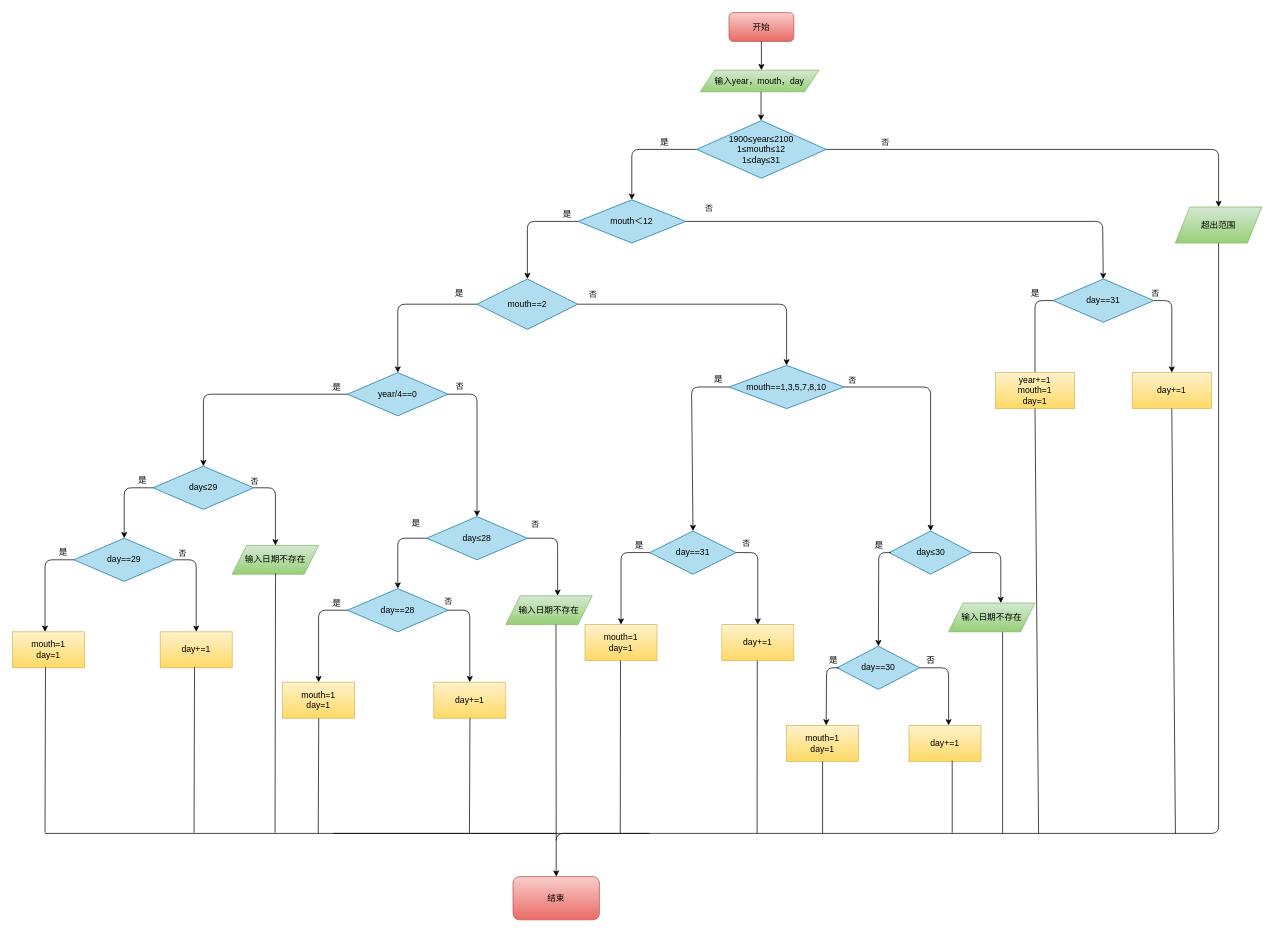
YUQILove/RepoOne keeps this draw.io diagram as HelloGit/src/main/resources/Untitled Diagram.drawio. Above is the earlier version. Source tidied: cells renumbered, new cells numbered last; positions are measured from the earlier drawing's top-left corner, leaving out a move shared by most shapes. Both pictures are drawn from the tidied source at 72%, with x=0, y=0 at pixel (12, 12).
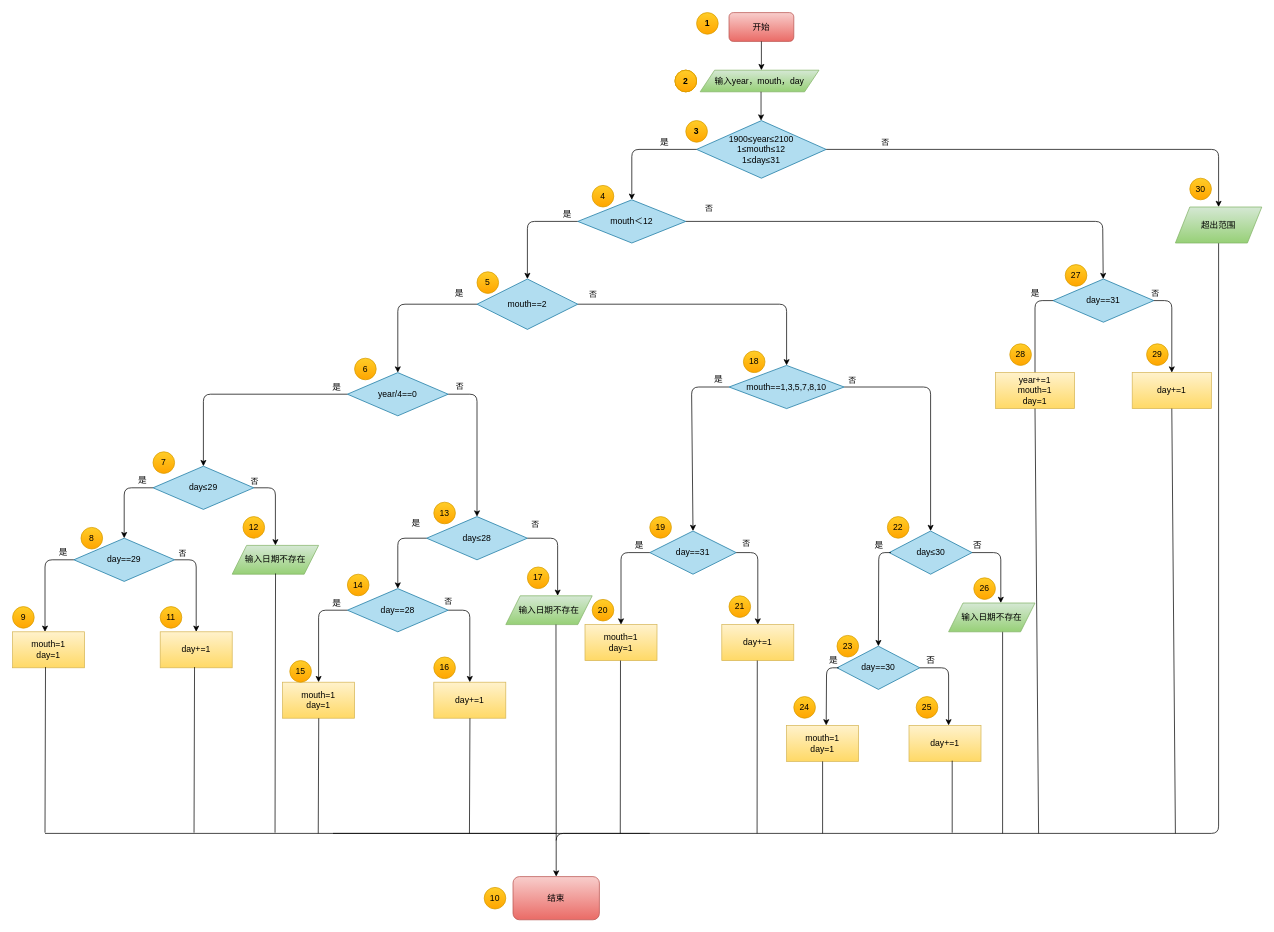
Above is the later version.

Diff of the diagram source:
```diff
@@
+    <mxCell id="101" style="ellipse;whiteSpace=wrap;html=1;fillColor=#ffcd28;strokeColor=#d79b00;gradientColor=#ffa500;" parent="1" vertex="1">
+      <mxGeometry x="920" y="80" width="30" height="30" as="geometry" />
+    </mxCell>
+    <mxCell id="102" value="否" style="text;html=1;align=center;verticalAlign=middle;strokeColor=none;" parent="1" vertex="1">
+      <mxGeometry x="1325" y="730" width="30" height="20" as="geometry" />
+    </mxCell>
+    <mxCell id="103" style="ellipse;whiteSpace=wrap;html=1;fillColor=#ffcd28;strokeColor=#d79b00;gradientColor=#ffa500;" parent="1" vertex="1">
+      <mxGeometry x="920" y="80" width="30" height="30" as="geometry" />
+    </mxCell>
+    <mxCell id="104" value="&lt;b&gt;2&lt;/b&gt;" style="ellipse;whiteSpace=wrap;html=1;fillColor=#ffcd28;strokeColor=#d79b00;gradientColor=#ffa500;" parent="1" vertex="1">
+      <mxGeometry x="920" y="80" width="30" height="30" as="geometry" />
+    </mxCell>
+    <mxCell id="105" value="5" style="ellipse;whiteSpace=wrap;html=1;fillColor=#ffcd28;strokeColor=#d79b00;gradientColor=#ffa500;" parent="1" vertex="1">
+      <mxGeometry x="645" y="360" width="30" height="30" as="geometry" />
+    </mxCell>
+    <mxCell id="106" value="4" style="ellipse;whiteSpace=wrap;html=1;fillColor=#ffcd28;strokeColor=#d79b00;gradientColor=#ffa500;" parent="1" vertex="1">
+      <mxGeometry x="805" y="240" width="30" height="30" as="geometry" />
+    </mxCell>
+    <mxCell id="107" value="&lt;b&gt;3&lt;/b&gt;" style="ellipse;whiteSpace=wrap;html=1;fillColor=#ffcd28;strokeColor=#d79b00;gradientColor=#ffa500;" parent="1" vertex="1">
+      <mxGeometry x="935" y="150" width="30" height="30" as="geometry" />
+    </mxCell>
+    <mxCell id="108" value="7" style="ellipse;whiteSpace=wrap;html=1;fillColor=#ffcd28;strokeColor=#d79b00;gradientColor=#ffa500;" parent="1" vertex="1">
+      <mxGeometry x="195" y="610" width="30" height="30" as="geometry" />
+    </mxCell>
+    <mxCell id="109" value="6" style="ellipse;whiteSpace=wrap;html=1;fillColor=#ffcd28;strokeColor=#d79b00;gradientColor=#ffa500;" parent="1" vertex="1">
+      <mxGeometry x="475" y="480" width="30" height="30" as="geometry" />
+    </mxCell>
+    <mxCell id="110" value="22" style="ellipse;whiteSpace=wrap;html=1;fillColor=#ffcd28;strokeColor=#d79b00;gradientColor=#ffa500;" parent="1" vertex="1">
+      <mxGeometry x="1215" y="700" width="30" height="30" as="geometry" />
+    </mxCell>
+    <mxCell id="111" value="18" style="ellipse;whiteSpace=wrap;html=1;fillColor=#ffcd28;strokeColor=#d79b00;gradientColor=#ffa500;" parent="1" vertex="1">
+      <mxGeometry x="1015" y="470" width="30" height="30" as="geometry" />
+    </mxCell>
+    <mxCell id="112" value="29" style="ellipse;whiteSpace=wrap;html=1;fillColor=#ffcd28;strokeColor=#d79b00;gradientColor=#ffa500;" parent="1" vertex="1">
+      <mxGeometry x="1575" y="460" width="30" height="30" as="geometry" />
+    </mxCell>
+    <mxCell id="113" value="28" style="ellipse;whiteSpace=wrap;html=1;fillColor=#ffcd28;strokeColor=#d79b00;gradientColor=#ffa500;" parent="1" vertex="1">
+      <mxGeometry x="1385" y="460" width="30" height="30" as="geometry" />
+    </mxCell>
+    <mxCell id="114" value="27" style="ellipse;whiteSpace=wrap;html=1;fillColor=#ffcd28;strokeColor=#d79b00;gradientColor=#ffa500;" parent="1" vertex="1">
+      <mxGeometry x="1462" y="350" width="30" height="30" as="geometry" />
+    </mxCell>
+    <mxCell id="115" value="30" style="ellipse;whiteSpace=wrap;html=1;fillColor=#ffcd28;strokeColor=#d79b00;gradientColor=#ffa500;" parent="1" vertex="1">
+      <mxGeometry x="1635" y="230" width="30" height="30" as="geometry" />
+    </mxCell>
+    <mxCell id="116" value="20" style="ellipse;whiteSpace=wrap;html=1;fillColor=#ffcd28;strokeColor=#d79b00;gradientColor=#ffa500;" parent="1" vertex="1">
+      <mxGeometry x="805" y="815" width="30" height="30" as="geometry" />
+    </mxCell>
+    <mxCell id="117" value="16" style="ellipse;whiteSpace=wrap;html=1;fillColor=#ffcd28;strokeColor=#d79b00;gradientColor=#ffa500;" parent="1" vertex="1">
+      <mxGeometry x="585" y="895" width="30" height="30" as="geometry" />
+    </mxCell>
+    <mxCell id="118" value="14" style="ellipse;whiteSpace=wrap;html=1;fillColor=#ffcd28;strokeColor=#d79b00;gradientColor=#ffa500;" parent="1" vertex="1">
+      <mxGeometry x="465" y="780" width="30" height="30" as="geometry" />
+    </mxCell>
+    <mxCell id="119" value="17" style="ellipse;whiteSpace=wrap;html=1;fillColor=#ffcd28;strokeColor=#d79b00;gradientColor=#ffa500;" parent="1" vertex="1">
+      <mxGeometry x="715" y="770" width="30" height="30" as="geometry" />
+    </mxCell>
+    <mxCell id="120" value="13" style="ellipse;whiteSpace=wrap;html=1;fillColor=#ffcd28;strokeColor=#d79b00;gradientColor=#ffa500;" parent="1" vertex="1">
+      <mxGeometry x="585" y="680" width="30" height="30" as="geometry" />
+    </mxCell>
+    <mxCell id="121" value="19" style="ellipse;whiteSpace=wrap;html=1;fillColor=#ffcd28;strokeColor=#d79b00;gradientColor=#ffa500;" parent="1" vertex="1">
+      <mxGeometry x="885" y="700" width="30" height="30" as="geometry" />
+    </mxCell>
+    <mxCell id="122" value="24" style="ellipse;whiteSpace=wrap;html=1;fillColor=#ffcd28;strokeColor=#d79b00;gradientColor=#ffa500;" parent="1" vertex="1">
+      <mxGeometry x="1085" y="950" width="30" height="30" as="geometry" />
+    </mxCell>
+    <mxCell id="123" value="26" style="ellipse;whiteSpace=wrap;html=1;fillColor=#ffcd28;strokeColor=#d79b00;gradientColor=#ffa500;" parent="1" vertex="1">
+      <mxGeometry x="1335" y="785" width="30" height="30" as="geometry" />
+    </mxCell>
+    <mxCell id="124" value="23" style="ellipse;whiteSpace=wrap;html=1;fillColor=#ffcd28;strokeColor=#d79b00;gradientColor=#ffa500;" parent="1" vertex="1">
+      <mxGeometry x="1145" y="865" width="30" height="30" as="geometry" />
+    </mxCell>
+    <mxCell id="125" value="8" style="ellipse;whiteSpace=wrap;html=1;fillColor=#ffcd28;strokeColor=#d79b00;gradientColor=#ffa500;" parent="1" vertex="1">
+      <mxGeometry x="95" y="715" width="30" height="30" as="geometry" />
+    </mxCell>
+    <mxCell id="126" value="9" style="ellipse;whiteSpace=wrap;html=1;fillColor=#ffcd28;strokeColor=#d79b00;gradientColor=#ffa500;" parent="1" vertex="1">
+      <mxGeometry y="825" width="30" height="30" as="geometry" />
+    </mxCell>
+    <mxCell id="127" value="21" style="ellipse;whiteSpace=wrap;html=1;fillColor=#ffcd28;strokeColor=#d79b00;gradientColor=#ffa500;" parent="1" vertex="1">
+      <mxGeometry x="995" y="810" width="30" height="30" as="geometry" />
+    </mxCell>
+    <mxCell id="128" value="10" style="ellipse;whiteSpace=wrap;html=1;fillColor=#ffcd28;strokeColor=#d79b00;gradientColor=#ffa500;" parent="1" vertex="1">
+      <mxGeometry x="655" y="1215" width="30" height="30" as="geometry" />
+    </mxCell>
+    <mxCell id="129" value="&lt;b&gt;1&lt;/b&gt;" style="ellipse;whiteSpace=wrap;html=1;fillColor=#ffcd28;strokeColor=#d79b00;gradientColor=#ffa500;" parent="1" vertex="1">
+      <mxGeometry x="950" width="30" height="30" as="geometry" />
+    </mxCell>
+    <mxCell id="130" value="11" style="ellipse;whiteSpace=wrap;html=1;fillColor=#ffcd28;strokeColor=#d79b00;gradientColor=#ffa500;" parent="1" vertex="1">
+      <mxGeometry x="205" y="825" width="30" height="30" as="geometry" />
+    </mxCell>
+    <mxCell id="131" value="15" style="ellipse;whiteSpace=wrap;html=1;fillColor=#ffcd28;strokeColor=#d79b00;gradientColor=#ffa500;" parent="1" vertex="1">
+      <mxGeometry x="385" y="900" width="30" height="30" as="geometry" />
+    </mxCell>
+    <mxCell id="132" value="25" style="ellipse;whiteSpace=wrap;html=1;fillColor=#ffcd28;strokeColor=#d79b00;gradientColor=#ffa500;" parent="1" vertex="1">
+      <mxGeometry x="1255" y="950" width="30" height="30" as="geometry" />
+    </mxCell>
+    <mxCell id="133" value="12" style="ellipse;whiteSpace=wrap;html=1;fillColor=#ffcd28;strokeColor=#d79b00;gradientColor=#ffa500;" parent="1" vertex="1">
+      <mxGeometry x="320" y="700" width="30" height="30" as="geometry" />
+    </mxCell>
```
